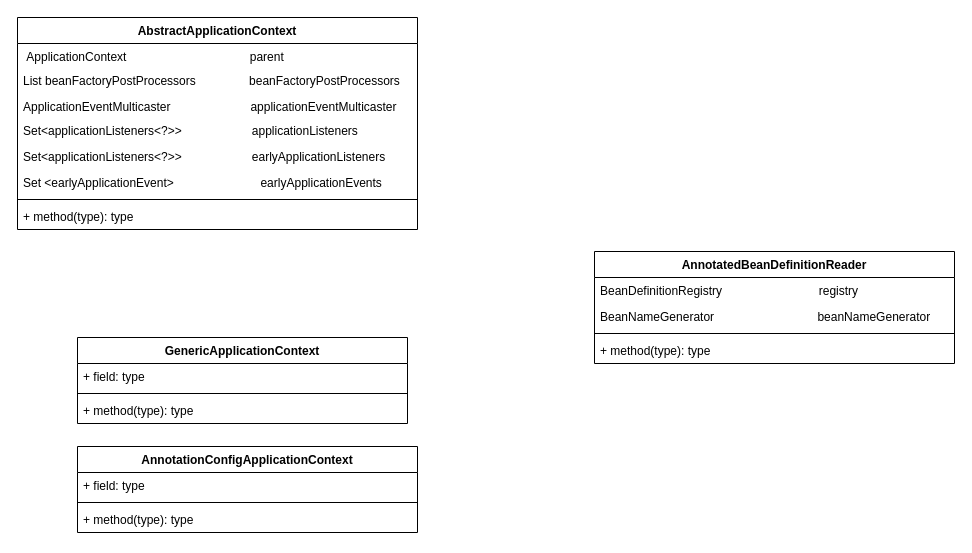
Earlier version of the draw.io diagram demo.drawio (woshiakai/UML-Spring). Source tidied: cells renumbered, new cells numbered last; positions are measured from the earlier drawing's top-left corner, leaving out a move shared by most shapes. Both pictures are drawn from the tidied source at 100%, with x=0, y=0 at pixel (17, 17).
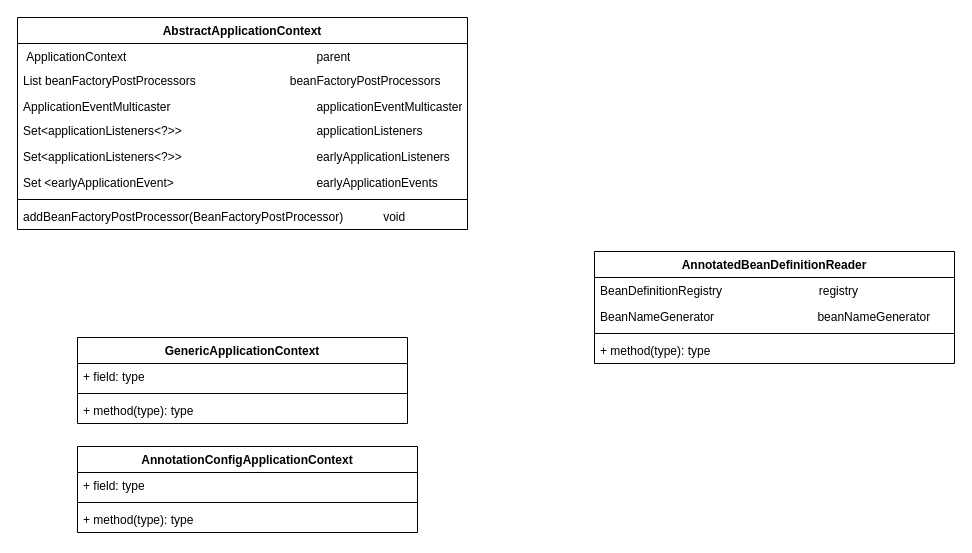
After the change.

What changed in the source:
```diff
@@
     <mxCell id="15" value="AbstractApplicationContext" style="swimlane;fontStyle=1;align=center;verticalAlign=top;horizontal=1;startSize=26;whiteSpace=wrap;html=1;" parent="1" vertex="1">
-      <mxGeometry width="400" height="212" as="geometry" />
+      <mxGeometry width="450" height="212" as="geometry" />
     </mxCell>
-    <mxCell id="16" value="&amp;nbsp;ApplicationContext&amp;nbsp; &amp;nbsp; &amp;nbsp; &amp;nbsp; &amp;nbsp; &amp;nbsp; &amp;nbsp; &amp;nbsp; &amp;nbsp; &amp;nbsp; &amp;nbsp; &amp;nbsp; &amp;nbsp; &amp;nbsp; &amp;nbsp; &amp;nbsp; &amp;nbsp; &amp;nbsp; &amp;nbsp;parent" style="text;strokeColor=none;fillColor=none;align=left;verticalAlign=top;spacingLeft=4;spacingRight=4;overflow=hidden;whiteSpace=wrap;html=1;" parent="15" vertex="1">
-      <mxGeometry y="26" width="400" height="24" as="geometry" />
+    <mxCell id="16" value="&amp;nbsp;ApplicationContext&amp;nbsp; &amp;nbsp; &amp;nbsp; &amp;nbsp; &amp;nbsp; &amp;nbsp; &amp;nbsp; &amp;nbsp; &amp;nbsp; &amp;nbsp; &amp;nbsp; &amp;nbsp; &amp;nbsp; &amp;nbsp; &amp;nbsp; &amp;nbsp; &amp;nbsp; &amp;nbsp; &amp;nbsp;&lt;span style=&quot;white-space: pre;&quot;&gt;&#9;&lt;/span&gt;&lt;span style=&quot;white-space: pre;&quot;&gt;&#9;&lt;/span&gt;&lt;span style=&quot;white-space: pre;&quot;&gt;&#9;&lt;/span&gt;parent" style="text;strokeColor=none;fillColor=none;align=left;verticalAlign=top;spacingLeft=4;spacingRight=4;overflow=hidden;whiteSpace=wrap;html=1;" parent="15" vertex="1">
+      <mxGeometry y="26" width="450" height="24" as="geometry" />
     </mxCell>
-    <mxCell id="17" value="List beanFactoryPostProcessors&amp;nbsp; &amp;nbsp; &amp;nbsp; &amp;nbsp; &amp;nbsp; &amp;nbsp; &amp;nbsp; &amp;nbsp; beanFactoryPostProcessors" style="text;strokeColor=none;fillColor=none;align=left;verticalAlign=top;spacingLeft=4;spacingRight=4;overflow=hidden;whiteSpace=wrap;html=1;" parent="15" vertex="1">
-      <mxGeometry y="50" width="400" height="26" as="geometry" />
+    <mxCell id="17" value="List beanFactoryPostProcessors&amp;nbsp; &amp;nbsp; &amp;nbsp; &amp;nbsp; &amp;nbsp; &amp;nbsp; &amp;nbsp; &amp;nbsp; &lt;span style=&quot;white-space: pre;&quot;&gt;&#9;&lt;/span&gt;&lt;span style=&quot;white-space: pre;&quot;&gt;&#9;&lt;/span&gt;beanFactoryPostProcessors" style="text;strokeColor=none;fillColor=none;align=left;verticalAlign=top;spacingLeft=4;spacingRight=4;overflow=hidden;whiteSpace=wrap;html=1;" parent="15" vertex="1">
+      <mxGeometry y="50" width="450" height="26" as="geometry" />
     </mxCell>
-    <mxCell id="18" value="ApplicationEventMulticaster&amp;nbsp; &amp;nbsp; &amp;nbsp; &amp;nbsp; &amp;nbsp; &amp;nbsp; &amp;nbsp; &amp;nbsp; &amp;nbsp; &amp;nbsp; &amp;nbsp; &amp;nbsp; applicationEventMulticaster" style="text;strokeColor=none;fillColor=none;align=left;verticalAlign=top;spacingLeft=4;spacingRight=4;overflow=hidden;whiteSpace=wrap;html=1;" parent="15" vertex="1">
-      <mxGeometry y="76" width="400" height="24" as="geometry" />
+    <mxCell id="18" value="ApplicationEventMulticaster&amp;nbsp; &amp;nbsp; &amp;nbsp; &amp;nbsp; &amp;nbsp; &amp;nbsp; &amp;nbsp; &amp;nbsp; &amp;nbsp; &amp;nbsp; &amp;nbsp; &amp;nbsp; &lt;span style=&quot;white-space: pre;&quot;&gt;&#9;&lt;/span&gt;&lt;span style=&quot;white-space: pre;&quot;&gt;&#9;&lt;/span&gt;&lt;span style=&quot;white-space: pre;&quot;&gt;&#9;&lt;/span&gt;applicationEventMulticaster" style="text;strokeColor=none;fillColor=none;align=left;verticalAlign=top;spacingLeft=4;spacingRight=4;overflow=hidden;whiteSpace=wrap;html=1;" parent="15" vertex="1">
+      <mxGeometry y="76" width="450" height="24" as="geometry" />
     </mxCell>
-    <mxCell id="19" value="Set&amp;lt;applicationListeners&amp;lt;?&amp;gt;&amp;gt;&amp;nbsp; &amp;nbsp; &amp;nbsp; &amp;nbsp; &amp;nbsp; &amp;nbsp; &amp;nbsp; &amp;nbsp; &amp;nbsp; &amp;nbsp; &amp;nbsp;applicationListeners" style="text;strokeColor=none;fillColor=none;align=left;verticalAlign=top;spacingLeft=4;spacingRight=4;overflow=hidden;whiteSpace=wrap;html=1;" parent="15" vertex="1">
-      <mxGeometry y="100" width="400" height="26" as="geometry" />
+    <mxCell id="19" value="Set&amp;lt;applicationListeners&amp;lt;?&amp;gt;&amp;gt;&amp;nbsp; &amp;nbsp; &amp;nbsp; &amp;nbsp; &amp;nbsp; &amp;nbsp; &amp;nbsp; &amp;nbsp; &amp;nbsp; &amp;nbsp; &amp;nbsp;&lt;span style=&quot;white-space: pre;&quot;&gt;&#9;&lt;/span&gt;&lt;span style=&quot;white-space: pre;&quot;&gt;&#9;&lt;/span&gt;&lt;span style=&quot;white-space: pre;&quot;&gt;&#9;&lt;/span&gt;applicationListeners" style="text;strokeColor=none;fillColor=none;align=left;verticalAlign=top;spacingLeft=4;spacingRight=4;overflow=hidden;whiteSpace=wrap;html=1;" parent="15" vertex="1">
+      <mxGeometry y="100" width="450" height="26" as="geometry" />
     </mxCell>
-    <mxCell id="20" value="Set&amp;lt;applicationListeners&amp;lt;?&amp;gt;&amp;gt;&amp;nbsp; &amp;nbsp; &amp;nbsp; &amp;nbsp; &amp;nbsp; &amp;nbsp; &amp;nbsp; &amp;nbsp; &amp;nbsp; &amp;nbsp; &amp;nbsp;earlyApplicationListeners" style="text;strokeColor=none;fillColor=none;align=left;verticalAlign=top;spacingLeft=4;spacingRight=4;overflow=hidden;whiteSpace=wrap;html=1;" parent="15" vertex="1">
-      <mxGeometry y="126" width="400" height="26" as="geometry" />
+    <mxCell id="20" value="Set&amp;lt;applicationListeners&amp;lt;?&amp;gt;&amp;gt;&amp;nbsp; &amp;nbsp; &amp;nbsp; &amp;nbsp; &amp;nbsp; &amp;nbsp; &amp;nbsp; &amp;nbsp; &amp;nbsp; &amp;nbsp; &lt;span style=&quot;white-space: pre;&quot;&gt;&#9;&lt;/span&gt;&amp;nbsp;&lt;span style=&quot;white-space: pre;&quot;&gt;&#9;&lt;/span&gt;&lt;span style=&quot;white-space: pre;&quot;&gt;&#9;&lt;/span&gt;earlyApplicationListeners" style="text;strokeColor=none;fillColor=none;align=left;verticalAlign=top;spacingLeft=4;spacingRight=4;overflow=hidden;whiteSpace=wrap;html=1;" parent="15" vertex="1">
+      <mxGeometry y="126" width="450" height="26" as="geometry" />
     </mxCell>
-    <mxCell id="21" value="Set &amp;lt;earlyApplicationEvent&amp;gt;&amp;nbsp; &amp;nbsp; &amp;nbsp; &amp;nbsp; &amp;nbsp; &amp;nbsp; &amp;nbsp; &amp;nbsp; &amp;nbsp; &amp;nbsp; &amp;nbsp; &amp;nbsp; &amp;nbsp; earlyApplicationEvents" style="text;strokeColor=none;fillColor=none;align=left;verticalAlign=top;spacingLeft=4;spacingRight=4;overflow=hidden;whiteSpace=wrap;html=1;" parent="15" vertex="1">
-      <mxGeometry y="152" width="400" height="26" as="geometry" />
+    <mxCell id="21" value="Set &amp;lt;earlyApplicationEvent&amp;gt;&amp;nbsp; &amp;nbsp; &amp;nbsp; &amp;nbsp; &amp;nbsp; &amp;nbsp; &amp;nbsp; &amp;nbsp; &amp;nbsp; &amp;nbsp; &amp;nbsp; &amp;nbsp; &amp;nbsp; &lt;span style=&quot;white-space: pre;&quot;&gt;&#9;&lt;/span&gt;&lt;span style=&quot;white-space: pre;&quot;&gt;&#9;&lt;/span&gt;&lt;span style=&quot;white-space: pre;&quot;&gt;&#9;&lt;/span&gt;earlyApplicationEvents" style="text;strokeColor=none;fillColor=none;align=left;verticalAlign=top;spacingLeft=4;spacingRight=4;overflow=hidden;whiteSpace=wrap;html=1;" parent="15" vertex="1">
+      <mxGeometry y="152" width="450" height="26" as="geometry" />
     </mxCell>
     <mxCell id="22" style="line;strokeWidth=1;fillColor=none;align=left;verticalAlign=middle;spacingTop=-1;spacingLeft=3;spacingRight=3;labelPosition=right;strokeColor=inherit;" parent="15" vertex="1">
-      <mxGeometry y="178" width="400" height="8" as="geometry" />
+      <mxGeometry y="178" width="450" height="8" as="geometry" />
     </mxCell>
-    <mxCell id="23" value="+ method(type): type" style="text;strokeColor=none;fillColor=none;align=left;verticalAlign=top;spacingLeft=4;spacingRight=4;overflow=hidden;whiteSpace=wrap;html=1;" parent="15" vertex="1">
-      <mxGeometry y="186" width="400" height="26" as="geometry" />
+    <mxCell id="23" value="addBeanFactoryPostProcessor(BeanFactoryPostProcessor)&amp;nbsp; &amp;nbsp; &amp;nbsp; &amp;nbsp; &amp;nbsp; &amp;nbsp; void" style="text;strokeColor=none;fillColor=none;align=left;verticalAlign=top;spacingLeft=4;spacingRight=4;overflow=hidden;whiteSpace=wrap;html=1;" parent="15" vertex="1">
+      <mxGeometry y="186" width="450" height="26" as="geometry" />
     </mxCell>
```
